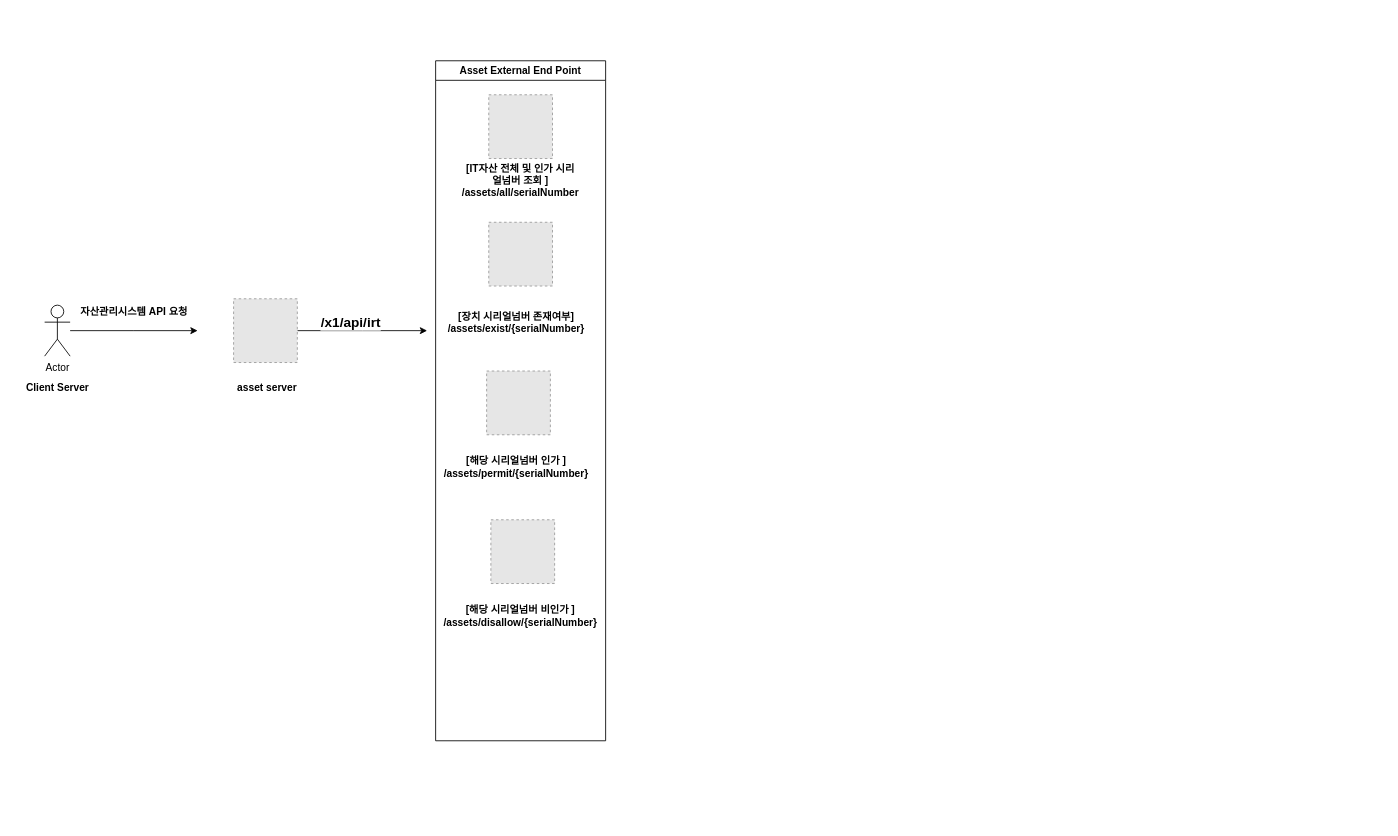
This is page "SOC_IRT_USECASE" (4 of 5) of 제목 없는 다이어그램.drawio from gojunghyo/erd_study, a draw.io file, before an edit. Source tidied: cells renumbered, new cells numbered last; positions are measured from the earlier drawing's top-left corner, leaving out a move shared by most shapes. Both pictures are drawn from the tidied source at 85%, with x=0, y=0 at pixel (14, 60). Pictures stored in the file or linked from it are replaced by grey dashed boxes.
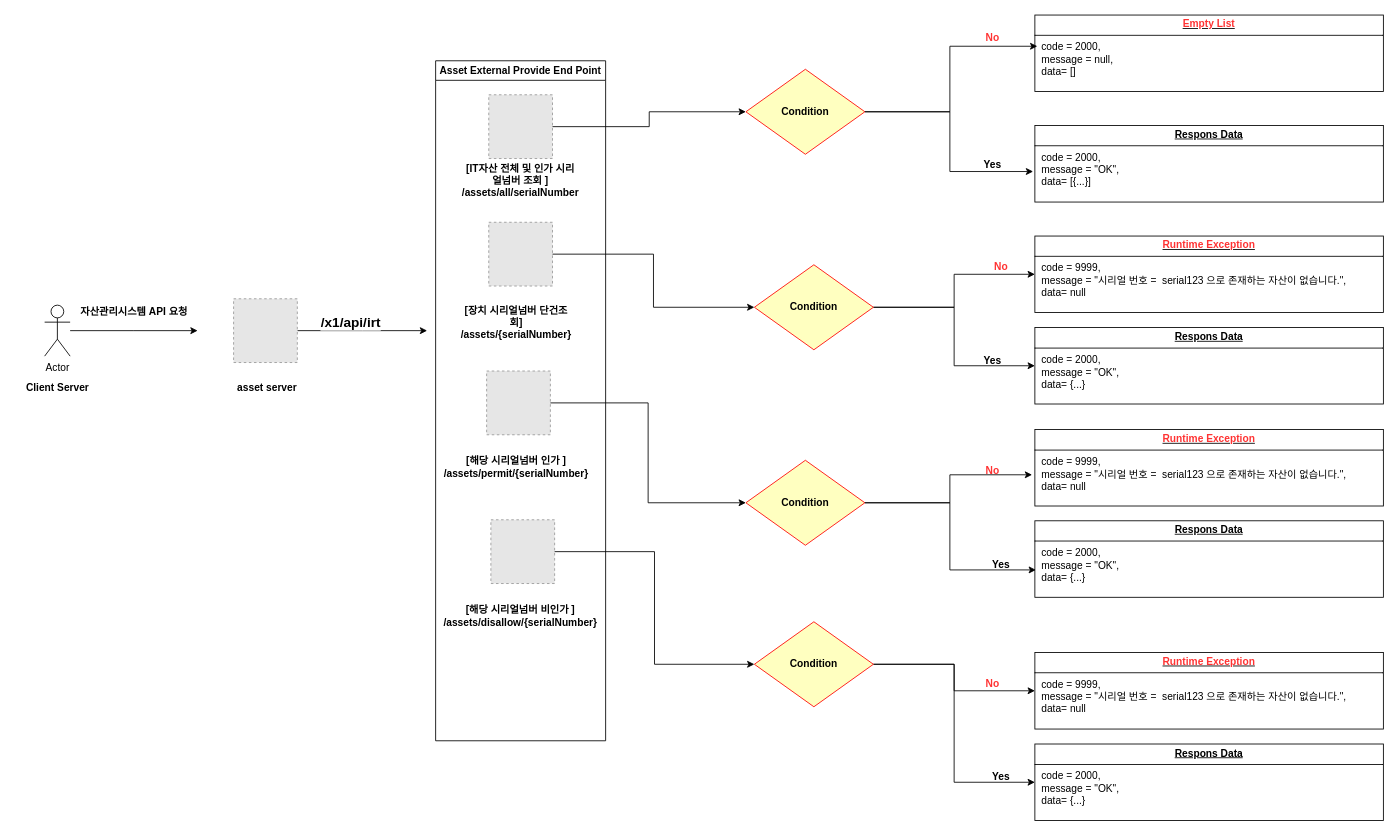
Above is the later version.

Commit message (it also covers changes not shown here):
제목 없는 다이어그램.drawio 업데이트

Unchanged cells that the change refers to:
```xml
<mxCell id="10" style="fillColor=#E6E6E6;strokeColor=#999999;dashed=1;verticalLabelPosition=bottom;labelBackgroundColor=default;verticalAlign=top;" parent="9" vertex="1">
  <mxGeometry x="62.5" y="40" width="75" height="75" as="geometry" />
</mxCell>
<mxCell id="12" style="fillColor=#E6E6E6;strokeColor=#999999;dashed=1;verticalLabelPosition=bottom;labelBackgroundColor=default;verticalAlign=top;" parent="9" vertex="1">
  <mxGeometry x="62.5" y="190" width="75" height="75" as="geometry" />
</mxCell>
<mxCell id="14" style="fillColor=#E6E6E6;strokeColor=#999999;dashed=1;verticalLabelPosition=bottom;labelBackgroundColor=default;verticalAlign=top;" parent="9" vertex="1">
  <mxGeometry x="60" y="365" width="75" height="75" as="geometry" />
</mxCell>
<mxCell id="16" style="fillColor=#E6E6E6;strokeColor=#999999;dashed=1;verticalLabelPosition=bottom;labelBackgroundColor=default;verticalAlign=top;" parent="9" vertex="1">
  <mxGeometry x="65" y="540" width="75" height="75" as="geometry" />
</mxCell>
```

Change to the diagram source:
```diff
@@
-    <mxCell id="9" value="Asset External End Point" style="swimlane;" parent="1" vertex="1">
+    <mxCell id="9" value="Asset External Provide End Point" style="swimlane;" parent="1" vertex="1">
       <mxGeometry x="495" width="200" height="800" as="geometry" />
     </mxCell>
@@
-    <mxCell id="13" value="&lt;div&gt;&lt;div&gt;[장치 시리얼넘버 존재여부]&lt;/div&gt;&lt;div&gt;/assets/exist/{serialNumber}&lt;/div&gt;&lt;/div&gt;" style="text;html=1;align=center;verticalAlign=middle;whiteSpace=wrap;rounded=0;fontStyle=1;" parent="9" vertex="1">
+    <mxCell id="13" value="&lt;div&gt;&lt;div&gt;[장치 시리얼넘버 단건조회]&lt;/div&gt;&lt;div&gt;/assets/{serialNumber}&lt;/div&gt;&lt;/div&gt;" style="text;html=1;align=center;verticalAlign=middle;whiteSpace=wrap;rounded=0;fontStyle=1;" parent="9" vertex="1">
       <mxGeometry x="30" y="275" width="130" height="65" as="geometry" />
     </mxCell>
@@
+    <mxCell id="19" value="&lt;b&gt;Condition&lt;/b&gt;" style="rhombus;whiteSpace=wrap;html=1;fontColor=#000000;fillColor=#ffffc0;strokeColor=#ff0000;" parent="1" vertex="1">
+      <mxGeometry x="860" y="10" width="140" height="100" as="geometry" />
+    </mxCell>
+    <mxCell id="20" style="edgeStyle=orthogonalEdgeStyle;rounded=0;jettySize=auto;html=1;entryX=0;entryY=0.5;entryDx=0;entryDy=0;" parent="1" edge="1" source="10" target="19">
+      <mxGeometry relative="1" as="geometry" />
+    </mxCell>
+    <mxCell id="21" value="&lt;p style=&quot;margin:0px;margin-top:4px;text-align:center;text-decoration:underline;&quot;&gt;&lt;b&gt;Respons Data&lt;/b&gt;&lt;/p&gt;&lt;hr size=&quot;1&quot; style=&quot;border-style:solid;&quot;&gt;&lt;p style=&quot;margin:0px;margin-left:8px;&quot;&gt;code = 2000,&lt;br&gt;message = &quot;OK&quot;,&lt;br&gt;data= [{...}]&lt;br&gt;&lt;/p&gt;" style="verticalAlign=top;align=left;overflow=fill;html=1;whiteSpace=wrap;" parent="1" vertex="1">
+      <mxGeometry x="1200" y="76.2" width="410" height="90" as="geometry" />
+    </mxCell>
+    <mxCell id="22" value="&lt;p style=&quot;margin:0px;margin-top:4px;text-align:center;text-decoration:underline;&quot;&gt;&lt;b&gt;&lt;font color=&quot;#ff3333&quot;&gt;Empty List&lt;/font&gt;&lt;/b&gt;&lt;/p&gt;&lt;hr size=&quot;1&quot; style=&quot;border-style:solid;&quot;&gt;&lt;p style=&quot;margin:0px;margin-left:8px;&quot;&gt;code = 2000,&lt;br&gt;message = null,&lt;br&gt;data= []&lt;/p&gt;" style="verticalAlign=top;align=left;overflow=fill;html=1;whiteSpace=wrap;" parent="1" vertex="1">
+      <mxGeometry x="1200" y="-53.8" width="410" height="90" as="geometry" />
+    </mxCell>
+    <mxCell id="23" style="edgeStyle=orthogonalEdgeStyle;rounded=0;jettySize=auto;html=1;entryX=0;entryY=0.5;entryDx=0;entryDy=0;" parent="1" edge="1" source="25" target="31">
+      <mxGeometry relative="1" as="geometry" />
+    </mxCell>
+    <mxCell id="24" style="edgeStyle=orthogonalEdgeStyle;rounded=0;jettySize=auto;html=1;entryX=0;entryY=0.5;entryDx=0;entryDy=0;" parent="1" edge="1" source="25" target="26">
+      <mxGeometry relative="1" as="geometry" />
+    </mxCell>
+    <mxCell id="25" value="&lt;b&gt;Condition&lt;/b&gt;" style="rhombus;whiteSpace=wrap;html=1;fontColor=#000000;fillColor=#ffffc0;strokeColor=#ff0000;" parent="1" vertex="1">
+      <mxGeometry x="870" y="240" width="140" height="100" as="geometry" />
+    </mxCell>
+    <mxCell id="26" value="&lt;p style=&quot;margin:0px;margin-top:4px;text-align:center;text-decoration:underline;&quot;&gt;&lt;b&gt;Respons Data&lt;/b&gt;&lt;/p&gt;&lt;hr size=&quot;1&quot; style=&quot;border-style:solid;&quot;&gt;&lt;p style=&quot;margin:0px;margin-left:8px;&quot;&gt;code = 2000,&lt;br&gt;message = &quot;OK&quot;,&lt;br&gt;data= {...}&lt;br&gt;&lt;/p&gt;" style="verticalAlign=top;align=left;overflow=fill;html=1;whiteSpace=wrap;" parent="1" vertex="1">
+      <mxGeometry x="1200" y="313.8" width="410" height="90" as="geometry" />
+    </mxCell>
+    <mxCell id="27" value="&lt;b&gt;Condition&lt;/b&gt;" style="rhombus;whiteSpace=wrap;html=1;fontColor=#000000;fillColor=#ffffc0;strokeColor=#ff0000;" parent="1" vertex="1">
+      <mxGeometry x="860" y="470" width="140" height="100" as="geometry" />
+    </mxCell>
+    <mxCell id="28" style="edgeStyle=orthogonalEdgeStyle;rounded=0;jettySize=auto;html=1;entryX=0;entryY=0.5;entryDx=0;entryDy=0;" parent="1" edge="1" source="30" target="35">
+      <mxGeometry relative="1" as="geometry" />
+    </mxCell>
+    <mxCell id="29" style="edgeStyle=orthogonalEdgeStyle;rounded=0;jettySize=auto;html=1;entryX=0;entryY=0.5;entryDx=0;entryDy=0;" parent="1" edge="1" source="30" target="34">
+      <mxGeometry relative="1" as="geometry" />
+    </mxCell>
+    <mxCell id="30" value="&lt;b&gt;Condition&lt;/b&gt;" style="rhombus;whiteSpace=wrap;html=1;fontColor=#000000;fillColor=#ffffc0;strokeColor=#ff0000;" parent="1" vertex="1">
+      <mxGeometry x="870" y="660" width="140" height="100" as="geometry" />
+    </mxCell>
+    <mxCell id="31" value="&lt;p style=&quot;margin:0px;margin-top:4px;text-align:center;text-decoration:underline;&quot;&gt;&lt;b&gt;&lt;font color=&quot;#ff3333&quot;&gt;Runtime Exception&lt;/font&gt;&lt;/b&gt;&lt;/p&gt;&lt;hr size=&quot;1&quot; style=&quot;border-style:solid;&quot;&gt;&lt;p style=&quot;margin:0px;margin-left:8px;&quot;&gt;code = 9999,&lt;br&gt;message = &quot;시리얼 번호 =&amp;nbsp; serial123 으로 존재하는 자산이 없습니다.&quot;,&lt;br&gt;data= null&lt;br&gt;&lt;/p&gt;" style="verticalAlign=top;align=left;overflow=fill;html=1;whiteSpace=wrap;" parent="1" vertex="1">
+      <mxGeometry x="1200" y="206.2" width="410" height="90" as="geometry" />
+    </mxCell>
+    <mxCell id="32" value="&lt;p style=&quot;margin:0px;margin-top:4px;text-align:center;text-decoration:underline;&quot;&gt;&lt;b&gt;Respons Data&lt;/b&gt;&lt;/p&gt;&lt;hr size=&quot;1&quot; style=&quot;border-style:solid;&quot;&gt;&lt;p style=&quot;margin:0px;margin-left:8px;&quot;&gt;code = 2000,&lt;br&gt;message = &quot;OK&quot;,&lt;br&gt;data= {...}&lt;br&gt;&lt;/p&gt;" style="verticalAlign=top;align=left;overflow=fill;html=1;whiteSpace=wrap;" parent="1" vertex="1">
+      <mxGeometry x="1200" y="541.2" width="410" height="90" as="geometry" />
+    </mxCell>
+    <mxCell id="33" value="&lt;p style=&quot;margin:0px;margin-top:4px;text-align:center;text-decoration:underline;&quot;&gt;&lt;b&gt;&lt;font color=&quot;#ff3333&quot;&gt;Runtime Exception&lt;/font&gt;&lt;/b&gt;&lt;/p&gt;&lt;hr size=&quot;1&quot; style=&quot;border-style:solid;&quot;&gt;&lt;p style=&quot;margin:0px;margin-left:8px;&quot;&gt;code = 9999,&lt;br&gt;message = &quot;시리얼 번호 =&amp;nbsp; serial123 으로 존재하는 자산이 없습니다.&quot;,&lt;br&gt;data= null&lt;br&gt;&lt;/p&gt;" style="verticalAlign=top;align=left;overflow=fill;html=1;whiteSpace=wrap;" parent="1" vertex="1">
+      <mxGeometry x="1200" y="433.8" width="410" height="90" as="geometry" />
+    </mxCell>
+    <mxCell id="34" value="&lt;p style=&quot;margin:0px;margin-top:4px;text-align:center;text-decoration:underline;&quot;&gt;&lt;b&gt;Respons Data&lt;/b&gt;&lt;/p&gt;&lt;hr size=&quot;1&quot; style=&quot;border-style:solid;&quot;&gt;&lt;p style=&quot;margin:0px;margin-left:8px;&quot;&gt;code = 2000,&lt;br&gt;message = &quot;OK&quot;,&lt;br&gt;data= {...}&lt;br&gt;&lt;/p&gt;" style="verticalAlign=top;align=left;overflow=fill;html=1;whiteSpace=wrap;" parent="1" vertex="1">
+      <mxGeometry x="1200" y="803.8" width="410" height="90" as="geometry" />
+    </mxCell>
+    <mxCell id="35" value="&lt;p style=&quot;margin:0px;margin-top:4px;text-align:center;text-decoration:underline;&quot;&gt;&lt;b&gt;&lt;font color=&quot;#ff3333&quot;&gt;Runtime Exception&lt;/font&gt;&lt;/b&gt;&lt;/p&gt;&lt;hr size=&quot;1&quot; style=&quot;border-style:solid;&quot;&gt;&lt;p style=&quot;margin:0px;margin-left:8px;&quot;&gt;code = 9999,&lt;br&gt;message = &quot;시리얼 번호 =&amp;nbsp; serial123 으로 존재하는 자산이 없습니다.&quot;,&lt;br&gt;data= null&lt;br&gt;&lt;/p&gt;" style="verticalAlign=top;align=left;overflow=fill;html=1;whiteSpace=wrap;" parent="1" vertex="1">
+      <mxGeometry x="1200" y="696.2" width="410" height="90" as="geometry" />
+    </mxCell>
+    <mxCell id="36" style="edgeStyle=orthogonalEdgeStyle;rounded=0;jettySize=auto;html=1;entryX=0.007;entryY=0.408;entryDx=0;entryDy=0;entryPerimeter=0;" parent="1" edge="1" source="19" target="22">
+      <mxGeometry relative="1" as="geometry" />
+    </mxCell>
+    <mxCell id="37" style="edgeStyle=orthogonalEdgeStyle;rounded=0;jettySize=auto;html=1;entryX=-0.005;entryY=0.601;entryDx=0;entryDy=0;entryPerimeter=0;" parent="1" edge="1" source="19" target="21">
+      <mxGeometry relative="1" as="geometry" />
+    </mxCell>
+    <mxCell id="38" style="edgeStyle=orthogonalEdgeStyle;rounded=0;jettySize=auto;html=1;entryX=0;entryY=0.5;entryDx=0;entryDy=0;" parent="1" edge="1" source="12" target="25">
+      <mxGeometry relative="1" as="geometry" />
+    </mxCell>
+    <mxCell id="39" style="edgeStyle=orthogonalEdgeStyle;rounded=0;jettySize=auto;html=1;entryX=0;entryY=0.5;entryDx=0;entryDy=0;" parent="1" edge="1" source="14" target="27">
+      <mxGeometry relative="1" as="geometry" />
+    </mxCell>
+    <mxCell id="40" style="edgeStyle=orthogonalEdgeStyle;rounded=0;jettySize=auto;html=1;entryX=0;entryY=0.5;entryDx=0;entryDy=0;" parent="1" edge="1" source="16" target="30">
+      <mxGeometry relative="1" as="geometry" />
+    </mxCell>
+    <mxCell id="41" style="edgeStyle=orthogonalEdgeStyle;rounded=0;jettySize=auto;html=1;entryX=-0.008;entryY=0.592;entryDx=0;entryDy=0;entryPerimeter=0;" parent="1" edge="1" source="27" target="33">
+      <mxGeometry relative="1" as="geometry" />
+    </mxCell>
+    <mxCell id="42" style="edgeStyle=orthogonalEdgeStyle;rounded=0;jettySize=auto;html=1;entryX=0.003;entryY=0.642;entryDx=0;entryDy=0;entryPerimeter=0;" parent="1" edge="1" source="27" target="32">
+      <mxGeometry relative="1" as="geometry" />
+    </mxCell>
+    <mxCell id="43" value="&lt;b&gt;&lt;font color=&quot;#ff3333&quot;&gt;No&lt;/font&gt;&lt;/b&gt;" style="text;html=1;align=center;verticalAlign=middle;strokeColor=none;fillColor=none;" parent="1" vertex="1">
+      <mxGeometry x="1140" y="228" width="40" height="30" as="geometry" />
+    </mxCell>
+    <mxCell id="44" value="&lt;b&gt;Yes&lt;/b&gt;" style="text;html=1;align=center;verticalAlign=middle;strokeColor=none;fillColor=none;" parent="1" vertex="1">
+      <mxGeometry x="1130" y="338" width="40" height="30" as="geometry" />
+    </mxCell>
+    <mxCell id="45" value="&lt;b&gt;&lt;font color=&quot;#ff3333&quot;&gt;No&lt;/font&gt;&lt;/b&gt;" style="text;html=1;align=center;verticalAlign=middle;strokeColor=none;fillColor=none;" parent="1" vertex="1">
+      <mxGeometry x="1130" y="468" width="40" height="30" as="geometry" />
+    </mxCell>
+    <mxCell id="46" value="&lt;b&gt;Yes&lt;/b&gt;" style="text;html=1;align=center;verticalAlign=middle;strokeColor=none;fillColor=none;" parent="1" vertex="1">
+      <mxGeometry x="1140" y="578" width="40" height="30" as="geometry" />
+    </mxCell>
+    <mxCell id="47" value="&lt;b&gt;Yes&lt;/b&gt;" style="text;html=1;align=center;verticalAlign=middle;strokeColor=none;fillColor=none;" parent="1" vertex="1">
+      <mxGeometry x="1140" y="828" width="40" height="30" as="geometry" />
+    </mxCell>
+    <mxCell id="48" value="&lt;b&gt;Yes&lt;/b&gt;" style="text;html=1;align=center;verticalAlign=middle;strokeColor=none;fillColor=none;" parent="1" vertex="1">
+      <mxGeometry x="1130" y="108" width="40" height="30" as="geometry" />
+    </mxCell>
+    <mxCell id="49" value="&lt;b&gt;&lt;font color=&quot;#ff3333&quot;&gt;No&lt;/font&gt;&lt;/b&gt;" style="text;html=1;align=center;verticalAlign=middle;strokeColor=none;fillColor=none;" parent="1" vertex="1">
+      <mxGeometry x="1130" y="718" width="40" height="30" as="geometry" />
+    </mxCell>
+    <mxCell id="50" value="&lt;b&gt;&lt;font color=&quot;#ff3333&quot;&gt;No&lt;/font&gt;&lt;/b&gt;" style="text;html=1;align=center;verticalAlign=middle;strokeColor=none;fillColor=none;" parent="1" vertex="1">
+      <mxGeometry x="1130" y="-42" width="40" height="30" as="geometry" />
+    </mxCell>
```
